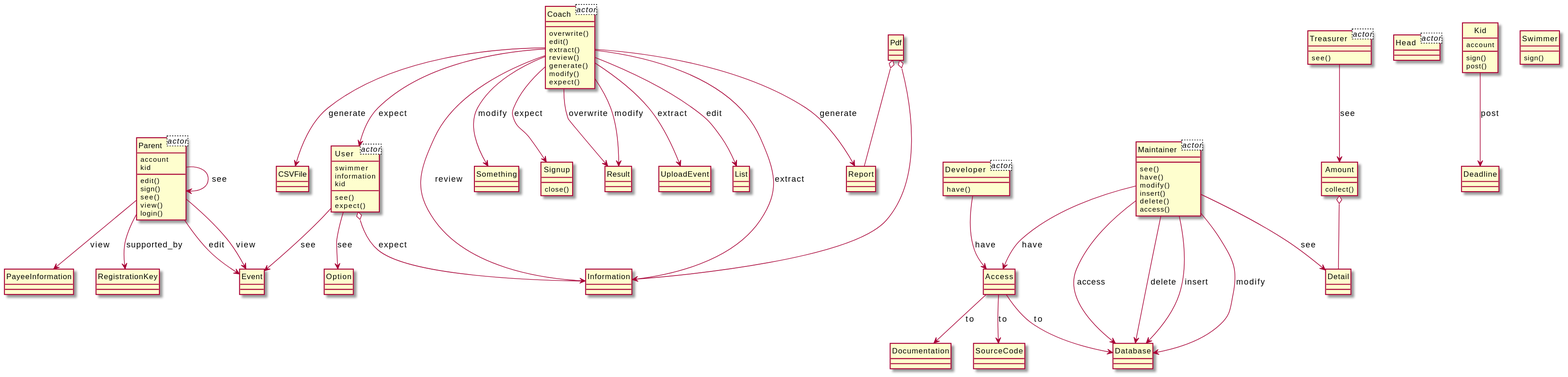
Earlier version of the PlantUML export output/diagram_5/2017-USC-Project03.svg (xixixhalu/DomainModelExtractor).
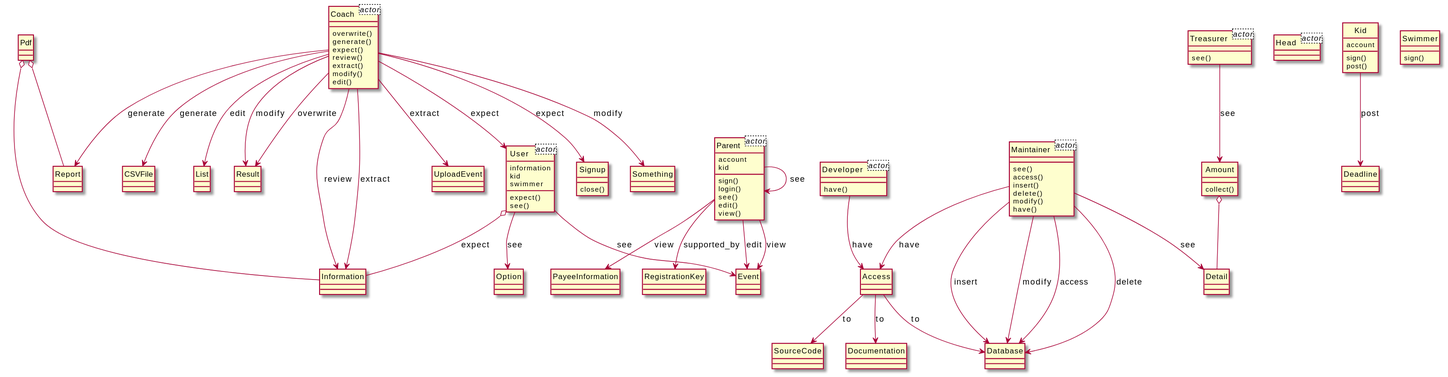
The same diagram one commit later.

Change to the diagram source:
```diff
@@ -1,9 +1,9 @@
 @startuml
 hide circle
 class User<actor> {
-	swimmer
 	information
 	kid
+	swimmer
 }
 class Coach<actor> {
 }
@@ -30,111 +30,111 @@
 }
 class Detail {
 }
+class User {
+	expect()
+	see()
+}
+class Information {
+}
 class Maintainer {
 	see()
-	have()
-	modify()
+	access()
 	insert()
 	delete()
-	access()
+	modify()
+	have()
+}
+class Swimmer {
+	sign()
+}
+class Database {
+}
+class Parent {
+	sign()
+	login()
+	see()
+	edit()
+	view()
+}
+class Event {
+}
+class Access {
+}
+class Coach {
+	overwrite()
+	generate()
+	expect()
+	review()
+	extract()
+	modify()
+	edit()
+}
+class UploadEvent {
+}
+class Result {
+}
+class PayeeInformation {
+}
+class Developer {
+	have()
+}
+class Signup {
+	close()
+}
+class Treasurer {
+	see()
 }
 class Amount {
 	collect()
 }
-class Parent {
-	edit()
-	sign()
-	see()
-	view()
-	login()
+class Something {
 }
-class Event {
+class Option {
+}
+class CSVFile {
 }
 class Deadline {
 }
-class Database {
+class List {
 }
-class Coach {
-	overwrite()
-	edit()
-	extract()
-	review()
-	generate()
-	modify()
-	expect()
+class Documentation {
 }
-class Developer {
-	have()
-}
-class Access {
-}
-class CSVFile {
-}
-class User {
-	see()
-	expect()
-}
-class Information {
-}
-class Treasurer {
-	see()
-}
-class Something {
-}
-class Signup {
-	close()
-}
-class PayeeInformation {
-}
-class Swimmer {
-	sign()
-}
-class Result {
-}
-class Option {
-}
-class UploadEvent {
-}
-class List {
+class RegistrationKey {
 }
 class SourceCode {
 }
-class RegistrationKey {
-}
-class Documentation {
-}
+Coach --> Report : generate
+User --> Event : see
+Coach --> List : edit
+Access --> Documentation : to
+Maintainer --> Database : insert
+Maintainer --> Detail : see
+Maintainer --> Database : delete
+Parent --> RegistrationKey : supported_by
+Maintainer --> Database : modify
+Coach --> Signup : expect
+Amount o-- Detail
+Parent --> Event : edit
+Treasurer --> Amount : see
+Access --> Database : to
+Maintainer --> Database : access
+Access --> SourceCode : to
+Maintainer --> Access : have
+Parent --> Event : view
+Coach --> Information : review
+Coach --> User : expect
+Pdf o-- Information
+Coach --> Result : overwrite
+Parent --> Parent : see
+Coach --> Information : extract
+Coach --> Something : modify
 Coach --> UploadEvent : extract
-Parent --> Event : edit
-Coach --> Information : review
-Coach --> List : edit
-Access --> SourceCode : to
+User --> Option : see
+Coach --> Result : modify
+Coach --> CSVFile : generate
+Parent --> PayeeInformation : view
 Kid --> Deadline : post
-Parent --> RegistrationKey : supported_by
-Maintainer --> Database : access
-Coach --> Signup : expect
-Maintainer --> Database : modify
-Parent --> PayeeInformation : view
+User o-- Information : expect
+Developer --> Access : have
 Pdf o-- Report
-User --> Event : see
-Access --> Documentation : to
-Maintainer --> Access : have
-Maintainer --> Database : delete
-Access --> Database : to
-Developer --> Access : have
-Parent --> Event : view
-Pdf o-- Information
-Parent --> Parent : see
-Coach --> CSVFile : generate
-Coach --> Result : overwrite
-User --> Option : see
-Coach --> User : expect
-User o-- Information : expect
-Maintainer --> Database : insert
-Coach --> Report : generate
-Coach --> Result : modify
-Coach --> Information : extract
-Amount o-- Detail
-Treasurer --> Amount : see
-Coach --> Something : modify
-Maintainer --> Detail : see
 @enduml
```
